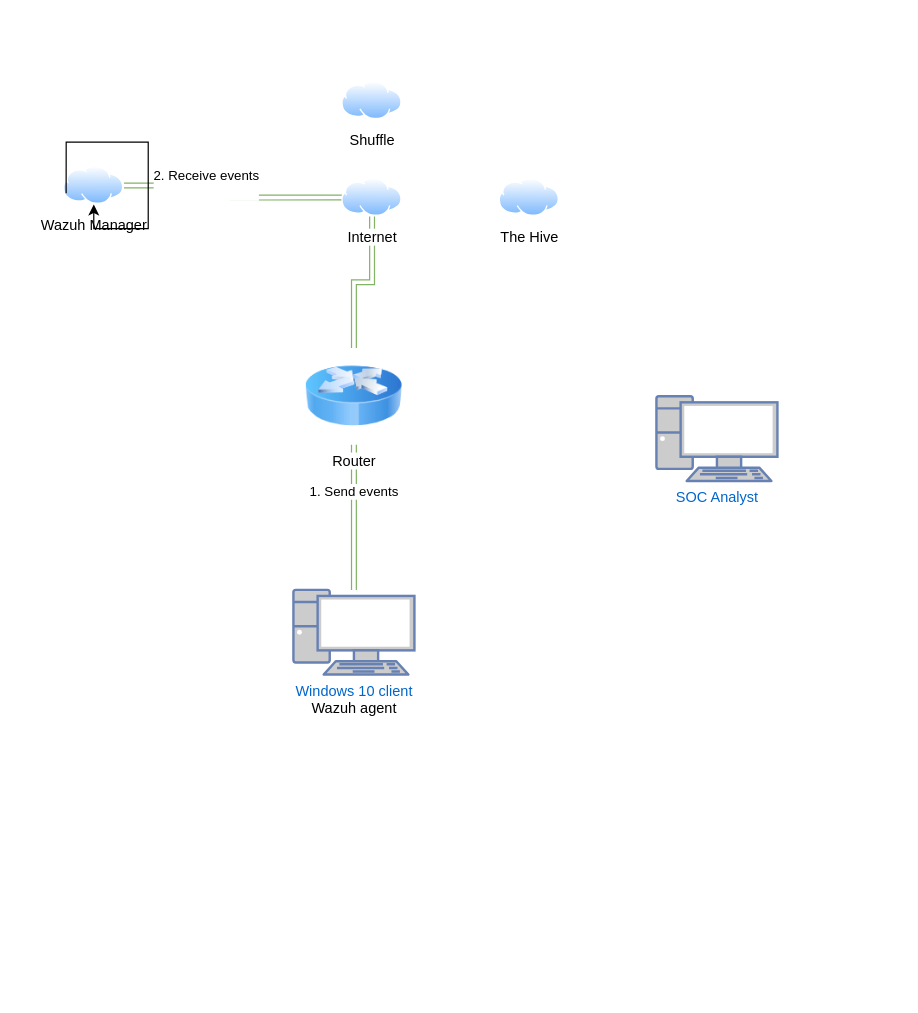
Before: Untitled Diagram.drawio in cjames01/SOC, a draw.io diagram. Source tidied: cells renumbered, new cells numbered last; positions are measured from the earlier drawing's top-left corner, leaving out a move shared by most shapes. Both pictures are drawn from the tidied source at 121%, with x=0, y=0 at pixel (63, 81).
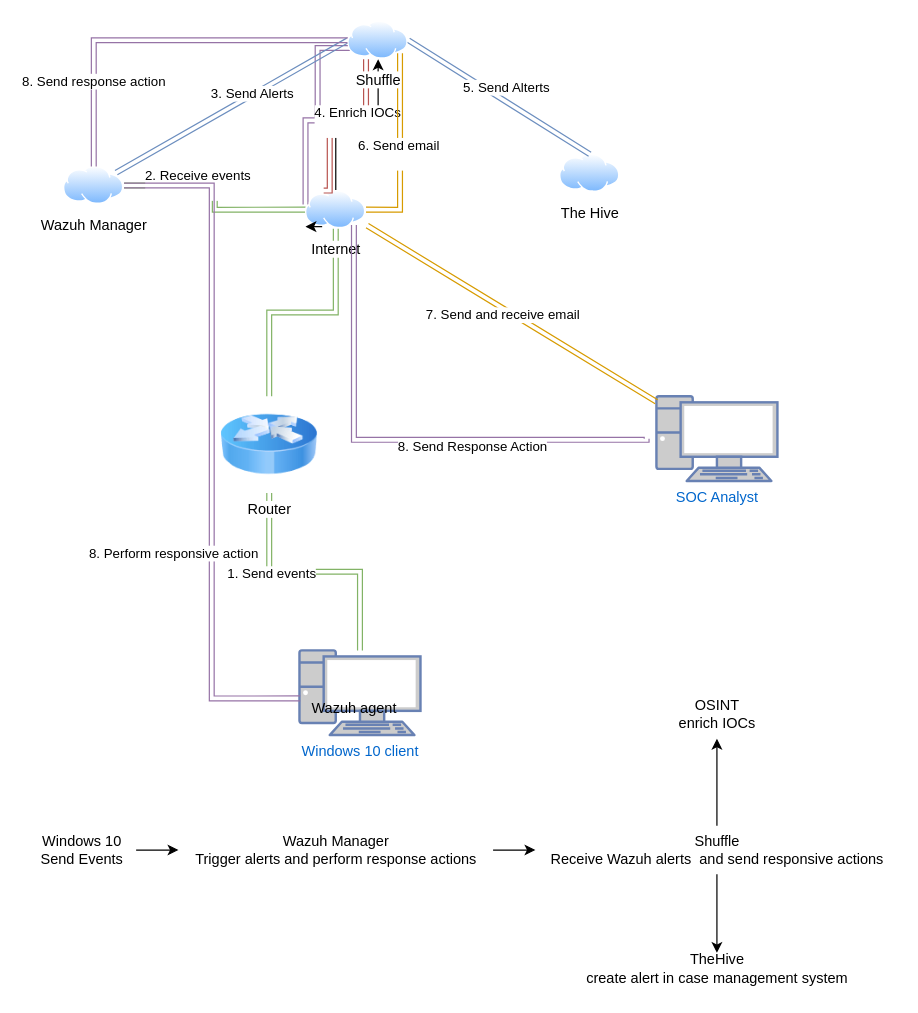
Above is the later version.

Commit message:
Update Network  IOC Diagram.drawio

Unchanged cells that the change refers to:
```xml
<mxCell id="7" value="Wazuh agent&lt;div&gt;&lt;br&gt;&lt;/div&gt;" style="text;html=1;align=center;verticalAlign=middle;points=[];strokeColor=none;fillColor=none;" parent="1" vertex="1">
  <mxGeometry x="195" y="505" width="90" height="40" as="geometry" />
</mxCell>
<mxCell id="12" value="Wazuh Manager" style="image;perimeter=ellipsePerimeter;html=1;align=center;shadow=0;dashed=0;spacingTop=3;image=img/lib/active_directory/internet_cloud.svg;" parent="1" vertex="1">
  <mxGeometry y="70" width="50" height="31.5" as="geometry" />
</mxCell>
<mxCell id="14" value="&lt;div&gt;SOC Analyst&lt;/div&gt;" style="fontColor=#0066CC;verticalAlign=top;verticalLabelPosition=bottom;labelPosition=center;align=center;html=1;outlineConnect=0;fillColor=#CCCCCC;strokeColor=#6881B3;gradientColor=none;gradientDirection=north;strokeWidth=2;shape=mxgraph.networks.pc;" parent="1" vertex="1">
  <mxGeometry x="490" y="260" width="100" height="70" as="geometry" />
</mxCell>
```

Diff of the diagram source:
```diff
@@
     <mxCell id="4" value="Windows 10 client&lt;div&gt;&lt;br&gt;&lt;/div&gt;" style="fontColor=#0066CC;verticalAlign=top;verticalLabelPosition=bottom;labelPosition=center;align=center;html=1;outlineConnect=0;fillColor=#CCCCCC;strokeColor=#6881B3;gradientColor=none;gradientDirection=north;strokeWidth=2;shape=mxgraph.networks.pc;" parent="1" vertex="1">
-      <mxGeometry x="190" y="420" width="100" height="70" as="geometry" />
+      <mxGeometry x="195" y="470" width="100" height="70" as="geometry" />
     </mxCell>
@@
     <mxCell id="6" value="Router" style="image;html=1;image=img/lib/clip_art/networking/Router_Icon_128x128.png;" parent="1" vertex="1">
-      <mxGeometry x="200" y="220" width="80" height="80" as="geometry" />
+      <mxGeometry x="130" y="260" width="80" height="80" as="geometry" />
     </mxCell>
@@
+    <mxCell id="16" style="edgeStyle=orthogonalEdgeStyle;rounded=0;jettySize=auto;html=1;" parent="1" edge="1" source="10" target="13">
+      <mxGeometry relative="1" as="geometry" />
+    </mxCell>
+    <mxCell id="17" style="edgeStyle=orthogonalEdgeStyle;rounded=0;jettySize=auto;html=1;entryX=0;entryY=0.75;entryDx=0;entryDy=0;shape=link;fillColor=#e1d5e7;strokeColor=#9673a6;" parent="1" edge="1" target="13">
+      <mxGeometry relative="1" as="geometry">
+        <mxPoint x="200" y="101.5" as="sourcePoint" />
+        <Array as="points">
+          <mxPoint x="200" y="32" />
+          <mxPoint x="210" y="32" />
+          <mxPoint x="210" y="-28" />
+        </Array>
+      </mxGeometry>
+    </mxCell>
     <mxCell id="10" value="Internet" style="image;perimeter=ellipsePerimeter;html=1;align=center;shadow=0;dashed=0;spacingTop=3;image=img/lib/active_directory/internet_cloud.svg;" parent="1" vertex="1">
-      <mxGeometry x="230" y="80" width="50" height="31.5" as="geometry" />
+      <mxGeometry x="200" y="90" width="50" height="31.5" as="geometry" />
     </mxCell>
     <mxCell id="11" value="The Hive" style="image;perimeter=ellipsePerimeter;html=1;align=center;shadow=0;dashed=0;spacingTop=3;image=img/lib/active_directory/internet_cloud.svg;" parent="1" vertex="1">
-      <mxGeometry x="360" y="80" width="50" height="31.5" as="geometry" />
+      <mxGeometry x="410" y="60" width="50" height="31.5" as="geometry" />
     </mxCell>
+    <mxCell id="18" style="rounded=0;jettySize=auto;html=1;entryX=0;entryY=0.5;entryDx=0;entryDy=0;shape=link;fillColor=#dae8fc;strokeColor=#6c8ebf;" parent="1" edge="1" source="12" target="13">
+      <mxGeometry relative="1" as="geometry" />
+    </mxCell>
+    <mxCell id="19" value="3. Send Alerts" style="edgeLabel;html=1;align=center;verticalAlign=middle;" parent="18" vertex="1">
+      <mxGeometry x="0.18" y="1" relative="1" as="geometry" />
+    </mxCell>
@@
+    <mxCell id="20" style="edgeStyle=orthogonalEdgeStyle;rounded=0;orthogonalLoop=1;jettySize=auto;html=1;entryX=0.5;entryY=0;entryDx=0;entryDy=0;shape=link;fillColor=#f8cecc;strokeColor=#b85450;" parent="1" edge="1">
+      <mxGeometry relative="1" as="geometry">
+        <mxPoint x="250" y="-18.5" as="sourcePoint" />
+        <mxPoint x="215" y="90" as="targetPoint" />
+        <Array as="points">
+          <mxPoint x="250" y="36" />
+          <mxPoint x="220" y="36" />
+          <mxPoint x="220" y="90" />
+        </Array>
+      </mxGeometry>
+    </mxCell>
+    <mxCell id="21" value="4. Enrich IOCs&lt;div&gt;&lt;br&gt;&lt;/div&gt;" style="edgeLabel;html=1;align=center;verticalAlign=middle;" parent="20" vertex="1">
+      <mxGeometry x="-0.13" y="-4" relative="1" as="geometry" />
+    </mxCell>
+    <mxCell id="22" style="rounded=0;jettySize=auto;html=1;exitX=1;exitY=0.5;exitDx=0;exitDy=0;entryX=0.5;entryY=0;entryDx=0;entryDy=0;shape=link;fillColor=#dae8fc;strokeColor=#6c8ebf;" parent="1" edge="1" source="13" target="11">
+      <mxGeometry relative="1" as="geometry" />
+    </mxCell>
+    <mxCell id="23" value="5. Send Alterts" style="edgeLabel;html=1;align=center;verticalAlign=middle;" parent="22" vertex="1">
+      <mxGeometry x="-0.18" relative="1" as="geometry">
+        <mxPoint x="19" as="offset" />
+      </mxGeometry>
+    </mxCell>
+    <mxCell id="24" style="edgeStyle=orthogonalEdgeStyle;rounded=0;jettySize=auto;html=1;exitX=1;exitY=1;exitDx=0;exitDy=0;entryX=1;entryY=0.5;entryDx=0;entryDy=0;shape=link;fillColor=#ffe6cc;strokeColor=#d79b00;" parent="1" edge="1" source="13" target="10">
+      <mxGeometry relative="1" as="geometry" />
+    </mxCell>
+    <mxCell id="25" value="6. Send email&lt;div&gt;&lt;br&gt;&lt;/div&gt;" style="edgeLabel;html=1;align=center;verticalAlign=middle;" parent="24" vertex="1">
+      <mxGeometry x="0.12" y="-2" relative="1" as="geometry">
+        <mxPoint y="-5" as="offset" />
+      </mxGeometry>
+    </mxCell>
+    <mxCell id="26" style="edgeStyle=orthogonalEdgeStyle;rounded=0;jettySize=auto;html=1;entryX=0.5;entryY=0;entryDx=0;entryDy=0;shape=link;fillColor=#e1d5e7;strokeColor=#9673a6;" parent="1" edge="1" source="13" target="12">
+      <mxGeometry relative="1" as="geometry" />
+    </mxCell>
+    <mxCell id="27" value="8. Send response action" style="edgeLabel;html=1;align=center;verticalAlign=middle;" parent="26" vertex="1">
+      <mxGeometry x="0.55" y="-1" relative="1" as="geometry" />
+    </mxCell>
     <mxCell id="13" value="Shuffle" style="image;perimeter=ellipsePerimeter;html=1;align=center;shadow=0;dashed=0;spacingTop=3;image=img/lib/active_directory/internet_cloud.svg;" parent="1" vertex="1">
-      <mxGeometry x="230" width="50" height="31.5" as="geometry" />
+      <mxGeometry x="235" y="-50" width="50" height="31.5" as="geometry" />
     </mxCell>
+    <mxCell id="28" style="edgeStyle=orthogonalEdgeStyle;rounded=0;jettySize=auto;html=1;shape=link;fillColor=#e1d5e7;strokeColor=#9673a6;" parent="1" edge="1" target="10">
+      <mxGeometry relative="1" as="geometry">
+        <mxPoint x="481.9" y="295" as="sourcePoint" />
+        <Array as="points">
+          <mxPoint x="482" y="296" />
+          <mxPoint x="240" y="296" />
+        </Array>
+      </mxGeometry>
+    </mxCell>
+    <mxCell id="29" value="8. Send Response Action" style="edgeLabel;html=1;align=center;verticalAlign=middle;" parent="28" vertex="1">
+      <mxGeometry x="-0.31" y="5" relative="1" as="geometry" />
+    </mxCell>
@@
-    <mxCell id="15" style="edgeStyle=orthogonalEdgeStyle;rounded=0;orthogonalLoop=1;jettySize=auto;html=1;exitX=0;exitY=0.75;exitDx=0;exitDy=0;" parent="1" edge="1" source="12" target="12">
-      <mxGeometry relative="1" as="geometry" />
-    </mxCell>
+    <mxCell id="30" style="rounded=0;jettySize=auto;html=1;entryX=1.02;entryY=0.921;entryDx=0;entryDy=0;entryPerimeter=0;shape=link;fillColor=#ffe6cc;strokeColor=#d79b00;" parent="1" edge="1" source="14" target="10">
+      <mxGeometry relative="1" as="geometry" />
+    </mxCell>
+    <mxCell id="31" value="7. Send and receive email" style="edgeLabel;html=1;align=center;verticalAlign=middle;" parent="30" vertex="1">
+      <mxGeometry x="0.04" y="5" relative="1" as="geometry" />
+    </mxCell>
+    <mxCell id="32" style="edgeStyle=orthogonalEdgeStyle;rounded=0;orthogonalLoop=1;jettySize=auto;html=1;exitX=0.25;exitY=1;exitDx=0;exitDy=0;entryX=0;entryY=0.952;entryDx=0;entryDy=0;entryPerimeter=0;" parent="1" edge="1" source="10" target="10">
+      <mxGeometry relative="1" as="geometry" />
+    </mxCell>
+    <mxCell id="33" style="edgeStyle=orthogonalEdgeStyle;rounded=0;jettySize=auto;html=1;entryX=0.007;entryY=0.117;entryDx=0;entryDy=0;entryPerimeter=0;shape=link;fillColor=#e1d5e7;strokeColor=#9673a6;" parent="1" edge="1" source="12" target="7">
+      <mxGeometry relative="1" as="geometry" />
+    </mxCell>
+    <mxCell id="34" value="8. Perform responsive action" style="edgeLabel;html=1;align=center;verticalAlign=middle;" parent="33" vertex="1">
+      <mxGeometry x="0.32" y="-3" relative="1" as="geometry">
+        <mxPoint x="-29" as="offset" />
+      </mxGeometry>
+    </mxCell>
+    <mxCell id="35" style="edgeStyle=orthogonalEdgeStyle;rounded=0;jettySize=auto;html=1;" parent="1" edge="1" source="36" target="38">
+      <mxGeometry relative="1" as="geometry" />
+    </mxCell>
+    <mxCell id="36" value="Windows 10&lt;div&gt;Send Events&lt;/div&gt;" style="text;html=1;align=center;verticalAlign=middle;points=[];strokeColor=none;fillColor=none;" parent="1" vertex="1">
+      <mxGeometry x="-30" y="615" width="90" height="40" as="geometry" />
+    </mxCell>
+    <mxCell id="37" style="edgeStyle=orthogonalEdgeStyle;rounded=0;jettySize=auto;html=1;" parent="1" edge="1" source="38" target="41">
+      <mxGeometry relative="1" as="geometry" />
+    </mxCell>
+    <mxCell id="38" value="Wazuh Manager&lt;div&gt;Trigger alerts and perform response actions&lt;/div&gt;" style="text;html=1;align=center;verticalAlign=middle;points=[];strokeColor=none;fillColor=none;" parent="1" vertex="1">
+      <mxGeometry x="95" y="615" width="260" height="40" as="geometry" />
+    </mxCell>
+    <mxCell id="39" style="edgeStyle=orthogonalEdgeStyle;rounded=0;jettySize=auto;html=1;" parent="1" edge="1" source="41" target="42">
+      <mxGeometry relative="1" as="geometry" />
+    </mxCell>
+    <mxCell id="40" style="edgeStyle=orthogonalEdgeStyle;rounded=0;jettySize=auto;html=1;" parent="1" edge="1" source="41">
+      <mxGeometry relative="1" as="geometry">
+        <mxPoint x="540" y="720" as="targetPoint" />
+      </mxGeometry>
+    </mxCell>
+    <mxCell id="41" value="Shuffle&lt;div&gt;Receive Wazuh alerts&amp;nbsp; and send responsive actions&lt;/div&gt;" style="text;html=1;align=center;verticalAlign=middle;points=[];strokeColor=none;fillColor=none;" parent="1" vertex="1">
+      <mxGeometry x="390" y="615" width="300" height="40" as="geometry" />
+    </mxCell>
+    <mxCell id="42" value="OSINT&lt;div&gt;enrich IOCs&lt;/div&gt;" style="text;html=1;align=center;verticalAlign=middle;points=[];strokeColor=none;fillColor=none;" parent="1" vertex="1">
+      <mxGeometry x="495" y="503" width="90" height="40" as="geometry" />
+    </mxCell>
+    <mxCell id="43" value="TheHive&lt;div&gt;create alert in case management system&lt;/div&gt;" style="text;html=1;align=center;verticalAlign=middle;strokeColor=none;fillColor=none;" parent="1" vertex="1">
+      <mxGeometry x="420" y="713" width="240" height="40" as="geometry" />
+    </mxCell>
```
